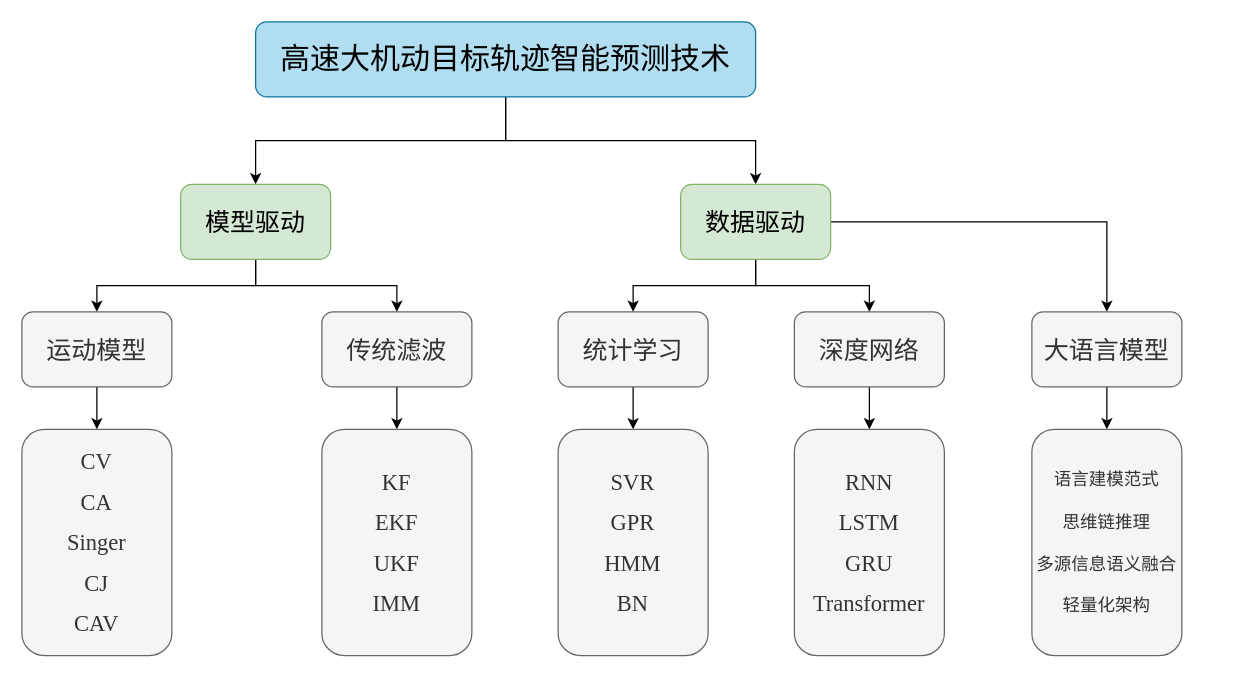
This is 轨迹预测框架.drawio from master-fency/plot, a draw.io file, before an edit. Source tidied: cells renumbered, new cells numbered last; positions are measured from the earlier drawing's top-left corner, leaving out a move shared by most shapes. Both pictures are drawn from the tidied source at 125%, with x=0, y=0 at pixel (21, 21).
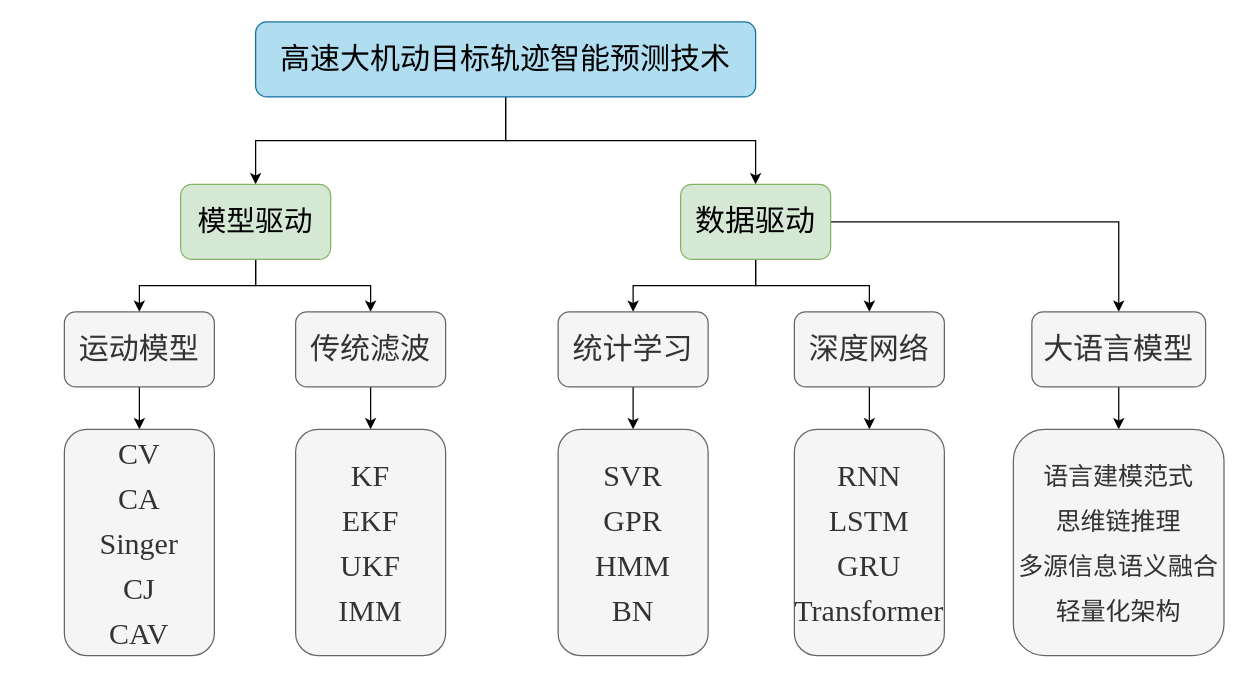
The same page after the edit.

Commit message:
更新轨迹预测框架.drawio

The edit, as a diff of the source:
```diff
@@
-    <mxCell id="7" value="&lt;pre&gt;&lt;font face=&quot;Times New Roman&quot; style=&quot;font-size: 20px;&quot;&gt;模型驱动&lt;/font&gt;&lt;/pre&gt;" style="rounded=1;whiteSpace=wrap;html=1;fillColor=#d5e8d4;strokeColor=#82b366;" parent="1" vertex="1">
+    <mxCell id="7" value="&lt;pre&gt;&lt;font face=&quot;Times New Roman&quot; style=&quot;font-size: 23px;&quot;&gt;模型驱动&lt;/font&gt;&lt;/pre&gt;" style="rounded=1;whiteSpace=wrap;html=1;fillColor=#d5e8d4;strokeColor=#82b366;" parent="1" vertex="1">
       <mxGeometry x="127" y="130" width="120" height="60" as="geometry" />
     </mxCell>
@@
-    <mxCell id="11" value="&lt;font face=&quot;Times New Roman&quot; style=&quot;font-size: 20px;&quot;&gt;数据驱动&lt;/font&gt;" style="rounded=1;whiteSpace=wrap;html=1;fillColor=#d5e8d4;strokeColor=#82b366;" parent="1" vertex="1">
+    <mxCell id="11" value="&lt;font face=&quot;Times New Roman&quot; style=&quot;font-size: 24px;&quot;&gt;数据驱动&lt;/font&gt;" style="rounded=1;whiteSpace=wrap;html=1;fillColor=#d5e8d4;strokeColor=#82b366;" parent="1" vertex="1">
       <mxGeometry x="527" y="130" width="120" height="60" as="geometry" />
     </mxCell>
@@
-    <mxCell id="13" value="&lt;pre&gt;&lt;font face=&quot;Times New Roman&quot; style=&quot;font-size: 20px;&quot;&gt;运动模型&lt;/font&gt;&lt;/pre&gt;" style="rounded=1;whiteSpace=wrap;html=1;fillColor=#f5f5f5;fontColor=#333333;strokeColor=#666666;" parent="1" vertex="1">
-      <mxGeometry y="232" width="120" height="60" as="geometry" />
+    <mxCell id="13" value="&lt;pre&gt;&lt;font face=&quot;Times New Roman&quot; style=&quot;font-size: 24px;&quot;&gt;运动模型&lt;/font&gt;&lt;/pre&gt;" style="rounded=1;whiteSpace=wrap;html=1;fillColor=#f5f5f5;fontColor=#333333;strokeColor=#666666;" parent="1" vertex="1">
+      <mxGeometry x="34" y="232" width="120" height="60" as="geometry" />
     </mxCell>
@@
-    <mxCell id="15" value="&lt;pre&gt;&lt;font face=&quot;Times New Roman&quot; style=&quot;font-size: 20px;&quot;&gt;传统滤波&lt;/font&gt;&lt;/pre&gt;" style="rounded=1;whiteSpace=wrap;html=1;fillColor=#f5f5f5;fontColor=#333333;strokeColor=#666666;" parent="1" vertex="1">
-      <mxGeometry x="240" y="232" width="120" height="60" as="geometry" />
+    <mxCell id="15" value="&lt;pre&gt;&lt;font face=&quot;Times New Roman&quot; style=&quot;font-size: 24px;&quot;&gt;传统滤波&lt;/font&gt;&lt;/pre&gt;" style="rounded=1;whiteSpace=wrap;html=1;fillColor=#f5f5f5;fontColor=#333333;strokeColor=#666666;" parent="1" vertex="1">
+      <mxGeometry x="219" y="232" width="120" height="60" as="geometry" />
     </mxCell>
@@
-    <mxCell id="17" value="&lt;pre&gt;&lt;font face=&quot;Times New Roman&quot;&gt;&lt;span style=&quot;font-size: 20px;&quot;&gt;统计学习&lt;/span&gt;&lt;/font&gt;&lt;/pre&gt;" style="rounded=1;whiteSpace=wrap;html=1;fillColor=#f5f5f5;fontColor=#333333;strokeColor=#666666;" parent="1" vertex="1">
+    <mxCell id="17" value="&lt;pre&gt;&lt;font face=&quot;Times New Roman&quot; style=&quot;font-size: 24px;&quot;&gt;统计学习&lt;/font&gt;&lt;/pre&gt;" style="rounded=1;whiteSpace=wrap;html=1;fillColor=#f5f5f5;fontColor=#333333;strokeColor=#666666;" parent="1" vertex="1">
       <mxGeometry x="429" y="232" width="120" height="60" as="geometry" />
     </mxCell>
@@
-    <mxCell id="19" value="&lt;pre&gt;&lt;font face=&quot;Times New Roman&quot; style=&quot;font-size: 20px;&quot;&gt;深度网络&lt;/font&gt;&lt;/pre&gt;" style="rounded=1;whiteSpace=wrap;html=1;fillColor=#f5f5f5;fontColor=#333333;strokeColor=#666666;" parent="1" vertex="1">
+    <mxCell id="19" value="&lt;pre&gt;&lt;font face=&quot;Times New Roman&quot; style=&quot;font-size: 24px;&quot;&gt;深度网络&lt;/font&gt;&lt;/pre&gt;" style="rounded=1;whiteSpace=wrap;html=1;fillColor=#f5f5f5;fontColor=#333333;strokeColor=#666666;" parent="1" vertex="1">
       <mxGeometry x="618" y="232" width="120" height="60" as="geometry" />
     </mxCell>
-    <mxCell id="20" style="group;" parent="1" vertex="1">
-      <mxGeometry x="463" y="198" width="240" height="55" as="geometry" />
-    </mxCell>
@@
-    <mxCell id="22" value="&lt;pre&gt;&lt;font face=&quot;Times New Roman&quot;&gt;&lt;span style=&quot;font-size: 20px;&quot;&gt;大语言模型&lt;/span&gt;&lt;/font&gt;&lt;/pre&gt;" style="rounded=1;whiteSpace=wrap;html=1;fillColor=#f5f5f5;fontColor=#333333;strokeColor=#666666;" parent="1" vertex="1">
-      <mxGeometry x="808" y="232" width="120" height="60" as="geometry" />
+    <mxCell id="22" value="&lt;pre&gt;&lt;font face=&quot;Times New Roman&quot; style=&quot;font-size: 24px;&quot;&gt;大语言模型&lt;/font&gt;&lt;/pre&gt;" style="rounded=1;whiteSpace=wrap;html=1;fillColor=#f5f5f5;fontColor=#333333;strokeColor=#666666;" parent="1" vertex="1">
+      <mxGeometry x="808" y="232" width="139" height="60" as="geometry" />
     </mxCell>
-    <mxCell id="23" value="&lt;div style=&quot;line-height: 180%;&quot;&gt;&lt;font face=&quot;Times New Roman&quot; style=&quot;font-size: 18px; line-height: 180%;&quot;&gt;CV&lt;/font&gt;&lt;div&gt;&lt;font face=&quot;Times New Roman&quot; style=&quot;font-size: 18px; line-height: 180%;&quot;&gt;CA&lt;/font&gt;&lt;/div&gt;&lt;div&gt;&lt;font face=&quot;Times New Roman&quot; style=&quot;font-size: 18px; line-height: 180%;&quot;&gt;Singer&lt;/font&gt;&lt;/div&gt;&lt;div&gt;&lt;font face=&quot;Times New Roman&quot; style=&quot;font-size: 18px; line-height: 180%;&quot;&gt;CJ&lt;/font&gt;&lt;/div&gt;&lt;div&gt;&lt;font face=&quot;Times New Roman&quot; style=&quot;font-size: 18px; line-height: 180%;&quot;&gt;CAV&lt;/font&gt;&lt;/div&gt;&lt;/div&gt;" style="rounded=1;whiteSpace=wrap;html=1;fillColor=#f5f5f5;strokeColor=#666666;fontColor=#333333;" parent="1" vertex="1">
-      <mxGeometry y="326" width="120" height="181" as="geometry" />
+    <mxCell id="23" value="&lt;div style=&quot;line-height: 150%;&quot;&gt;&lt;font face=&quot;Times New Roman&quot; style=&quot;line-height: 150%; font-size: 24px;&quot;&gt;CV&lt;/font&gt;&lt;div&gt;&lt;font face=&quot;Times New Roman&quot; style=&quot;line-height: 150%; font-size: 24px;&quot;&gt;CA&lt;/font&gt;&lt;/div&gt;&lt;div&gt;&lt;font face=&quot;Times New Roman&quot; style=&quot;line-height: 150%; font-size: 24px;&quot;&gt;Singer&lt;/font&gt;&lt;/div&gt;&lt;div&gt;&lt;font face=&quot;Times New Roman&quot; style=&quot;line-height: 150%; font-size: 24px;&quot;&gt;CJ&lt;/font&gt;&lt;/div&gt;&lt;div&gt;&lt;font face=&quot;Times New Roman&quot; style=&quot;line-height: 150%; font-size: 24px;&quot;&gt;CAV&lt;/font&gt;&lt;/div&gt;&lt;/div&gt;" style="rounded=1;whiteSpace=wrap;html=1;fillColor=#f5f5f5;strokeColor=#666666;fontColor=#333333;" parent="1" vertex="1">
+      <mxGeometry x="34" y="326" width="120" height="181" as="geometry" />
     </mxCell>
-    <mxCell id="24" value="&lt;div style=&quot;line-height: 180%;&quot;&gt;&lt;font style=&quot;font-size: 18px; line-height: 180%;&quot; face=&quot;Times New Roman&quot;&gt;KF&lt;/font&gt;&lt;div&gt;&lt;font style=&quot;font-size: 18px; line-height: 180%;&quot; face=&quot;Times New Roman&quot;&gt;EKF&lt;/font&gt;&lt;/div&gt;&lt;div&gt;&lt;font style=&quot;font-size: 18px; line-height: 180%;&quot; face=&quot;Times New Roman&quot;&gt;UKF&lt;/font&gt;&lt;/div&gt;&lt;div&gt;&lt;font style=&quot;font-size: 18px; line-height: 180%;&quot; face=&quot;Times New Roman&quot;&gt;IMM&lt;/font&gt;&lt;/div&gt;&lt;/div&gt;" style="rounded=1;whiteSpace=wrap;html=1;fillColor=#f5f5f5;strokeColor=#666666;fontColor=#333333;" parent="1" vertex="1">
-      <mxGeometry x="240" y="326" width="120" height="181" as="geometry" />
+    <mxCell id="24" value="&lt;div style=&quot;line-height: 150%;&quot;&gt;&lt;font style=&quot;line-height: 150%; font-size: 24px;&quot; face=&quot;Times New Roman&quot;&gt;KF&lt;/font&gt;&lt;div&gt;&lt;font style=&quot;line-height: 150%; font-size: 24px;&quot; face=&quot;Times New Roman&quot;&gt;EKF&lt;/font&gt;&lt;/div&gt;&lt;div&gt;&lt;font style=&quot;line-height: 150%; font-size: 24px;&quot; face=&quot;Times New Roman&quot;&gt;UKF&lt;/font&gt;&lt;/div&gt;&lt;div&gt;&lt;font style=&quot;line-height: 150%; font-size: 24px;&quot; face=&quot;Times New Roman&quot;&gt;IMM&lt;/font&gt;&lt;/div&gt;&lt;/div&gt;" style="rounded=1;whiteSpace=wrap;html=1;fillColor=#f5f5f5;strokeColor=#666666;fontColor=#333333;" parent="1" vertex="1">
+      <mxGeometry x="219" y="326" width="120" height="181" as="geometry" />
     </mxCell>
-    <mxCell id="25" value="&lt;div style=&quot;line-height: 180%;&quot;&gt;&lt;font face=&quot;Times New Roman&quot; style=&quot;font-size: 18px; line-height: 180%;&quot;&gt;SVR&lt;/font&gt;&lt;div&gt;&lt;font face=&quot;Times New Roman&quot; style=&quot;font-size: 18px; line-height: 180%;&quot;&gt;GPR&lt;/font&gt;&lt;/div&gt;&lt;div&gt;&lt;font face=&quot;Times New Roman&quot; style=&quot;font-size: 18px; line-height: 180%;&quot;&gt;HMM&lt;/font&gt;&lt;/div&gt;&lt;div&gt;&lt;font face=&quot;Times New Roman&quot; style=&quot;font-size: 18px; line-height: 180%;&quot;&gt;BN&lt;/font&gt;&lt;/div&gt;&lt;/div&gt;" style="rounded=1;whiteSpace=wrap;html=1;fillColor=#f5f5f5;fontColor=#333333;strokeColor=#666666;" parent="1" vertex="1">
+    <mxCell id="25" value="&lt;div style=&quot;line-height: 150%;&quot;&gt;&lt;font face=&quot;Times New Roman&quot; style=&quot;line-height: 150%; font-size: 24px;&quot;&gt;SVR&lt;/font&gt;&lt;div&gt;&lt;font face=&quot;Times New Roman&quot; style=&quot;line-height: 150%; font-size: 24px;&quot;&gt;GPR&lt;/font&gt;&lt;/div&gt;&lt;div&gt;&lt;font face=&quot;Times New Roman&quot; style=&quot;line-height: 150%; font-size: 24px;&quot;&gt;HMM&lt;/font&gt;&lt;/div&gt;&lt;div&gt;&lt;font face=&quot;Times New Roman&quot; style=&quot;line-height: 150%; font-size: 24px;&quot;&gt;BN&lt;/font&gt;&lt;/div&gt;&lt;/div&gt;" style="rounded=1;whiteSpace=wrap;html=1;fillColor=#f5f5f5;fontColor=#333333;strokeColor=#666666;" parent="1" vertex="1">
       <mxGeometry x="429" y="326" width="120" height="181" as="geometry" />
     </mxCell>
-    <mxCell id="26" value="&lt;div style=&quot;line-height: 180%;&quot;&gt;&lt;font face=&quot;Times New Roman&quot; style=&quot;font-size: 18px; line-height: 180%;&quot;&gt;RNN&lt;/font&gt;&lt;div&gt;&lt;font face=&quot;Times New Roman&quot; style=&quot;font-size: 18px; line-height: 180%;&quot;&gt;LSTM&lt;/font&gt;&lt;/div&gt;&lt;div&gt;&lt;font face=&quot;Times New Roman&quot; style=&quot;font-size: 18px; line-height: 180%;&quot;&gt;GRU&lt;/font&gt;&lt;/div&gt;&lt;div&gt;&lt;font face=&quot;Times New Roman&quot; style=&quot;font-size: 18px; line-height: 180%;&quot;&gt;Transformer&lt;/font&gt;&lt;/div&gt;&lt;/div&gt;" style="rounded=1;whiteSpace=wrap;html=1;fillColor=#f5f5f5;fontColor=#333333;strokeColor=#666666;" parent="1" vertex="1">
+    <mxCell id="26" value="&lt;div style=&quot;line-height: 150%;&quot;&gt;&lt;font face=&quot;Times New Roman&quot; style=&quot;line-height: 150%; font-size: 24px;&quot;&gt;RNN&lt;/font&gt;&lt;div&gt;&lt;font face=&quot;Times New Roman&quot; style=&quot;line-height: 150%; font-size: 24px;&quot;&gt;LSTM&lt;/font&gt;&lt;/div&gt;&lt;div&gt;&lt;font face=&quot;Times New Roman&quot; style=&quot;line-height: 150%; font-size: 24px;&quot;&gt;GRU&lt;/font&gt;&lt;/div&gt;&lt;div&gt;&lt;font face=&quot;Times New Roman&quot; style=&quot;line-height: 150%; font-size: 24px;&quot;&gt;Transformer&lt;/font&gt;&lt;/div&gt;&lt;/div&gt;" style="rounded=1;whiteSpace=wrap;html=1;fillColor=#f5f5f5;fontColor=#333333;strokeColor=#666666;" parent="1" vertex="1">
       <mxGeometry x="618" y="326" width="120" height="181" as="geometry" />
     </mxCell>
-    <mxCell id="27" value="&lt;div style=&quot;line-height: 240%;&quot;&gt;&lt;font face=&quot;Times New Roman&quot; style=&quot;font-size: 14px; line-height: 240%;&quot;&gt;语言建模范式&lt;/font&gt;&lt;div&gt;&lt;font face=&quot;Times New Roman&quot; style=&quot;font-size: 14px; line-height: 240%;&quot;&gt;思维链推理&lt;/font&gt;&lt;/div&gt;&lt;div&gt;&lt;font face=&quot;Times New Roman&quot; style=&quot;font-size: 14px; line-height: 240%;&quot;&gt;多源信息语义融合&lt;/font&gt;&lt;/div&gt;&lt;div&gt;&lt;font face=&quot;Times New Roman&quot; style=&quot;font-size: 14px; line-height: 240%;&quot;&gt;轻量化架构&lt;/font&gt;&lt;/div&gt;&lt;/div&gt;" style="rounded=1;whiteSpace=wrap;html=1;fillColor=#f5f5f5;fontColor=#333333;strokeColor=#666666;" parent="1" vertex="1">
-      <mxGeometry x="808" y="326" width="120" height="181" as="geometry" />
+    <mxCell id="27" value="&lt;div style=&quot;line-height: 180%;&quot;&gt;&lt;font face=&quot;Times New Roman&quot; style=&quot;font-size: 20px; line-height: 180%;&quot;&gt;语言建模范式&lt;/font&gt;&lt;div&gt;&lt;font face=&quot;Times New Roman&quot; style=&quot;font-size: 20px; line-height: 180%;&quot;&gt;思维链推理&lt;/font&gt;&lt;/div&gt;&lt;div&gt;&lt;font face=&quot;Times New Roman&quot; style=&quot;font-size: 20px; line-height: 180%;&quot;&gt;多源信息语义融合&lt;/font&gt;&lt;/div&gt;&lt;div&gt;&lt;font face=&quot;Times New Roman&quot; style=&quot;font-size: 20px; line-height: 180%;&quot;&gt;轻量化架构&lt;/font&gt;&lt;/div&gt;&lt;/div&gt;" style="rounded=1;whiteSpace=wrap;html=1;fillColor=#f5f5f5;fontColor=#333333;strokeColor=#666666;" parent="1" vertex="1">
+      <mxGeometry x="793.2" y="326" width="168.5" height="181" as="geometry" />
     </mxCell>
```
